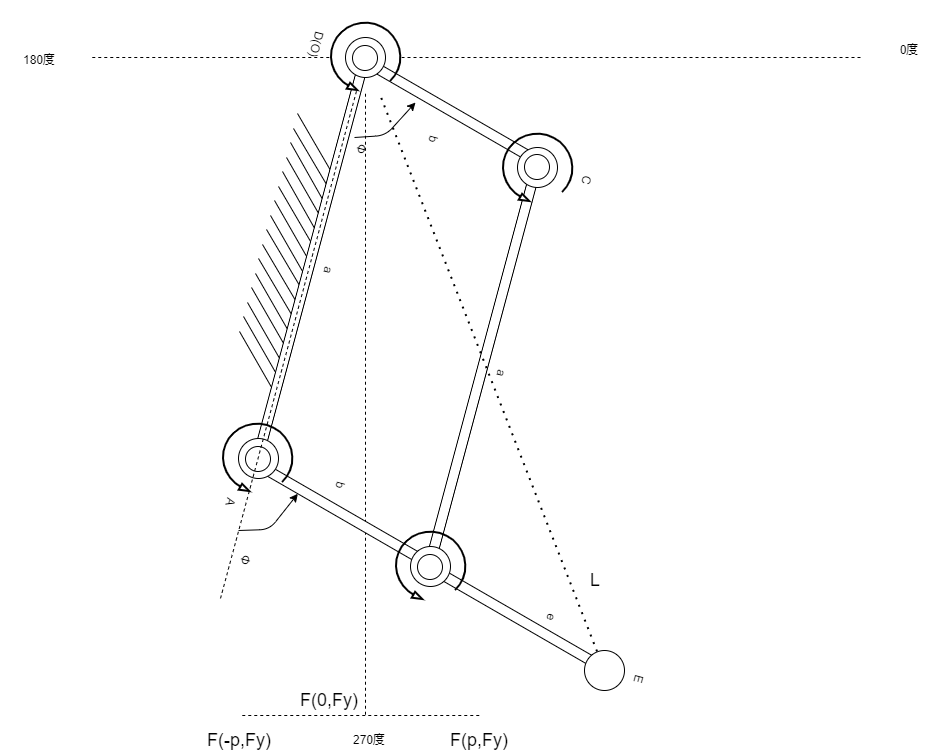
The draw.io diagram doc/4節リンクのプログラムを検討5.drawio.png in kumaxxp/SimpleLinkages, before a commit. Source tidied: cells renumbered, new cells last; positions are measured from the earlier drawing's top-left corner, leaving out a move shared by most shapes. The source it was exported from:
```xml
<mxGraphModel>
  <root>
    <mxCell id="0" />
    <mxCell id="1" parent="0" />
    <mxCell id="2" style="endArrow=none;dashed=1;html=1;" parent="1" edge="1" source="38">
      <mxGeometry relative="1" as="geometry">
        <mxPoint x="365" y="693" as="targetPoint" />
      </mxGeometry>
    </mxCell>
    <mxCell id="3" style="endArrow=none;dashed=1;html=1;" parent="1" edge="1" target="38">
      <mxGeometry relative="1" as="geometry">
        <mxPoint x="860" y="35" as="sourcePoint" />
      </mxGeometry>
    </mxCell>
    <mxCell id="4" value="0度" style="text;html=1;strokeColor=none;fillColor=none;align=center;verticalAlign=middle;whiteSpace=wrap;rounded=0;" parent="1" vertex="1">
      <mxGeometry x="870" y="13" width="77.5" height="30" as="geometry" />
    </mxCell>
    <mxCell id="5" value="180度" style="text;html=1;strokeColor=none;fillColor=none;align=center;verticalAlign=middle;whiteSpace=wrap;rounded=0;" parent="1" vertex="1">
      <mxGeometry y="23" width="77.5" height="30" as="geometry" />
    </mxCell>
    <mxCell id="6" style="endArrow=none;dashed=1;html=1;" parent="1" edge="1" source="38">
      <mxGeometry relative="1" as="geometry">
        <mxPoint x="90" y="35" as="targetPoint" />
      </mxGeometry>
    </mxCell>
    <mxCell id="7" value="270度" style="text;html=1;strokeColor=none;fillColor=none;align=center;verticalAlign=middle;whiteSpace=wrap;rounded=0;" parent="1" vertex="1">
      <mxGeometry x="330" y="703" width="77.5" height="30" as="geometry" />
    </mxCell>
    <mxCell id="8" style="group;rotation=105;" parent="1" vertex="1">
      <mxGeometry x="150" y="83" width="623.8" height="530" as="geometry" />
    </mxCell>
    <mxCell id="9" style="group;rotation=105;" parent="8" vertex="1">
      <mxGeometry x="97" y="243" width="470.5" height="40" as="geometry" />
    </mxCell>
    <mxCell id="10" style="rounded=0;whiteSpace=wrap;html=1;rotation=105;" parent="9" vertex="1">
      <mxGeometry x="29" y="15" width="411.7" height="10" as="geometry" />
    </mxCell>
    <mxCell id="11" value="a" style="text;html=1;strokeColor=none;fillColor=none;align=center;verticalAlign=middle;whiteSpace=wrap;rounded=0;rotation=105;" parent="9" vertex="1">
      <mxGeometry x="224" y="10" width="60" height="30" as="geometry" />
    </mxCell>
    <mxCell id="12" style="rounded=0;whiteSpace=wrap;html=1;rotation=-150;" parent="8" vertex="1">
      <mxGeometry x="201" y="1" width="200.5" height="10" as="geometry" />
    </mxCell>
    <mxCell id="13" style="rounded=0;whiteSpace=wrap;html=1;rotation=-150;" parent="8" vertex="1">
      <mxGeometry x="269" y="509" width="200.5" height="10" as="geometry" />
    </mxCell>
    <mxCell id="14" style="group;rotation=105;" parent="8" vertex="1">
      <mxGeometry x="-2" y="122" width="275" height="50" as="geometry" />
    </mxCell>
    <mxCell id="15" style="endArrow=none;html=1;" parent="14" edge="1">
      <mxGeometry relative="1" as="geometry">
        <mxPoint x="149" y="-114" as="sourcePoint" />
        <mxPoint x="185" y="-52" as="targetPoint" />
      </mxGeometry>
    </mxCell>
    <mxCell id="16" style="endArrow=none;html=1;" parent="14" edge="1">
      <mxGeometry relative="1" as="geometry">
        <mxPoint x="145" y="-99" as="sourcePoint" />
        <mxPoint x="181" y="-38" as="targetPoint" />
      </mxGeometry>
    </mxCell>
    <mxCell id="17" style="endArrow=none;html=1;" parent="14" edge="1">
      <mxGeometry relative="1" as="geometry">
        <mxPoint x="142" y="-85" as="sourcePoint" />
        <mxPoint x="177" y="-23" as="targetPoint" />
      </mxGeometry>
    </mxCell>
    <mxCell id="18" style="endArrow=none;html=1;" parent="14" edge="1">
      <mxGeometry relative="1" as="geometry">
        <mxPoint x="138" y="-70" as="sourcePoint" />
        <mxPoint x="173" y="-9" as="targetPoint" />
      </mxGeometry>
    </mxCell>
    <mxCell id="19" style="endArrow=none;html=1;" parent="14" edge="1">
      <mxGeometry relative="1" as="geometry">
        <mxPoint x="134" y="-56" as="sourcePoint" />
        <mxPoint x="169" y="6" as="targetPoint" />
      </mxGeometry>
    </mxCell>
    <mxCell id="20" style="endArrow=none;html=1;" parent="14" edge="1">
      <mxGeometry relative="1" as="geometry">
        <mxPoint x="130" y="-41" as="sourcePoint" />
        <mxPoint x="165" y="19" as="targetPoint" />
      </mxGeometry>
    </mxCell>
    <mxCell id="21" style="endArrow=none;html=1;" parent="14" edge="1">
      <mxGeometry relative="1" as="geometry">
        <mxPoint x="126" y="-27" as="sourcePoint" />
        <mxPoint x="161" y="34" as="targetPoint" />
      </mxGeometry>
    </mxCell>
    <mxCell id="22" style="endArrow=none;html=1;" parent="14" edge="1">
      <mxGeometry relative="1" as="geometry">
        <mxPoint x="122" y="-12" as="sourcePoint" />
        <mxPoint x="157" y="49" as="targetPoint" />
      </mxGeometry>
    </mxCell>
    <mxCell id="23" style="endArrow=none;html=1;" parent="14" edge="1">
      <mxGeometry relative="1" as="geometry">
        <mxPoint x="118" y="2" as="sourcePoint" />
        <mxPoint x="154" y="63" as="targetPoint" />
      </mxGeometry>
    </mxCell>
    <mxCell id="24" style="endArrow=none;html=1;" parent="14" edge="1">
      <mxGeometry relative="1" as="geometry">
        <mxPoint x="114" y="17" as="sourcePoint" />
        <mxPoint x="150" y="78" as="targetPoint" />
      </mxGeometry>
    </mxCell>
    <mxCell id="25" style="endArrow=none;html=1;" parent="14" edge="1">
      <mxGeometry relative="1" as="geometry">
        <mxPoint x="110" y="31" as="sourcePoint" />
        <mxPoint x="146" y="92" as="targetPoint" />
      </mxGeometry>
    </mxCell>
    <mxCell id="26" style="endArrow=none;html=1;" parent="14" edge="1">
      <mxGeometry relative="1" as="geometry">
        <mxPoint x="107" y="46" as="sourcePoint" />
        <mxPoint x="142" y="107" as="targetPoint" />
      </mxGeometry>
    </mxCell>
    <mxCell id="27" style="endArrow=none;html=1;" parent="14" edge="1">
      <mxGeometry relative="1" as="geometry">
        <mxPoint x="103" y="60" as="sourcePoint" />
        <mxPoint x="138" y="121" as="targetPoint" />
      </mxGeometry>
    </mxCell>
    <mxCell id="28" style="endArrow=none;html=1;" parent="14" edge="1">
      <mxGeometry relative="1" as="geometry">
        <mxPoint x="99" y="75" as="sourcePoint" />
        <mxPoint x="134" y="136" as="targetPoint" />
      </mxGeometry>
    </mxCell>
    <mxCell id="29" style="endArrow=none;html=1;" parent="14" edge="1">
      <mxGeometry relative="1" as="geometry">
        <mxPoint x="95" y="89" as="sourcePoint" />
        <mxPoint x="130" y="150" as="targetPoint" />
      </mxGeometry>
    </mxCell>
    <mxCell id="30" style="endArrow=none;html=1;" parent="14" edge="1">
      <mxGeometry relative="1" as="geometry">
        <mxPoint x="91" y="104" as="sourcePoint" />
        <mxPoint x="126" y="165" as="targetPoint" />
      </mxGeometry>
    </mxCell>
    <mxCell id="31" style="rounded=0;whiteSpace=wrap;html=1;rotation=-150;" parent="8" vertex="1">
      <mxGeometry x="93" y="404" width="200.5" height="10" as="geometry" />
    </mxCell>
    <mxCell id="32" style="group;rotation=105;" parent="8" vertex="1">
      <mxGeometry x="-76" y="140" width="470.5" height="40" as="geometry" />
    </mxCell>
    <mxCell id="33" style="rounded=0;whiteSpace=wrap;html=1;rotation=105;" parent="32" vertex="1">
      <mxGeometry x="29" y="15" width="411.7" height="10" as="geometry" />
    </mxCell>
    <mxCell id="34" style="ellipse;whiteSpace=wrap;html=1;rotation=105;" parent="32" vertex="1">
      <mxGeometry x="271" y="-208" width="40" height="40" as="geometry" />
    </mxCell>
    <mxCell id="35" value="a" style="text;html=1;strokeColor=none;fillColor=none;align=center;verticalAlign=middle;whiteSpace=wrap;rounded=0;rotation=105;" parent="32" vertex="1">
      <mxGeometry x="224" y="10" width="60" height="30" as="geometry" />
    </mxCell>
    <mxCell id="36" value="Φ" style="text;html=1;strokeColor=none;fillColor=none;align=center;verticalAlign=middle;whiteSpace=wrap;rounded=0;rotation=105;" parent="32" vertex="1">
      <mxGeometry x="257" y="-111" width="60" height="30" as="geometry" />
    </mxCell>
    <mxCell id="37" style="ellipse;whiteSpace=wrap;html=1;rotation=145;" parent="8" vertex="1">
      <mxGeometry x="202" y="-60" width="25" height="25" as="geometry" />
    </mxCell>
    <mxCell id="38" style="verticalLabelPosition=bottom;html=1;verticalAlign=top;strokeWidth=2;shape=mxgraph.lean_mapping.physical_pull;rotation=105;" parent="8" vertex="1">
      <mxGeometry x="180" y="-83" width="70" height="70" as="geometry" />
    </mxCell>
    <mxCell id="39" style="ellipse;whiteSpace=wrap;html=1;rotation=105;" parent="8" vertex="1">
      <mxGeometry x="367" y="42" width="40" height="40" as="geometry" />
    </mxCell>
    <mxCell id="40" style="ellipse;whiteSpace=wrap;html=1;rotation=145;" parent="8" vertex="1">
      <mxGeometry x="374" y="49" width="25" height="25" as="geometry" />
    </mxCell>
    <mxCell id="41" style="verticalLabelPosition=bottom;html=1;verticalAlign=top;strokeWidth=2;shape=mxgraph.lean_mapping.physical_pull;rotation=105;" parent="8" vertex="1">
      <mxGeometry x="352" y="28" width="70" height="70" as="geometry" />
    </mxCell>
    <mxCell id="42" style="ellipse;whiteSpace=wrap;html=1;rotation=105;" parent="8" vertex="1">
      <mxGeometry x="260" y="441" width="40" height="40" as="geometry" />
    </mxCell>
    <mxCell id="43" style="ellipse;whiteSpace=wrap;html=1;rotation=145;" parent="8" vertex="1">
      <mxGeometry x="267" y="449" width="25" height="25" as="geometry" />
    </mxCell>
    <mxCell id="44" style="verticalLabelPosition=bottom;html=1;verticalAlign=top;strokeWidth=2;shape=mxgraph.lean_mapping.physical_pull;rotation=105;" parent="8" vertex="1">
      <mxGeometry x="245" y="426" width="70" height="70" as="geometry" />
    </mxCell>
    <mxCell id="45" style="ellipse;whiteSpace=wrap;html=1;rotation=105;" parent="8" vertex="1">
      <mxGeometry x="88" y="333" width="40" height="40" as="geometry" />
    </mxCell>
    <mxCell id="46" style="ellipse;whiteSpace=wrap;html=1;rotation=145;" parent="8" vertex="1">
      <mxGeometry x="95" y="341" width="25" height="25" as="geometry" />
    </mxCell>
    <mxCell id="47" style="verticalLabelPosition=bottom;html=1;verticalAlign=top;strokeWidth=2;shape=mxgraph.lean_mapping.physical_pull;rotation=105;" parent="8" vertex="1">
      <mxGeometry x="72" y="318" width="70" height="70" as="geometry" />
    </mxCell>
    <mxCell id="48" style="endArrow=none;dashed=1;html=1;" parent="8" edge="1" source="38">
      <mxGeometry relative="1" as="geometry">
        <mxPoint x="70" y="493" as="targetPoint" />
      </mxGeometry>
    </mxCell>
    <mxCell id="49" value="D(O)" style="text;html=1;strokeColor=none;fillColor=none;align=center;verticalAlign=middle;whiteSpace=wrap;rounded=0;rotation=105;" parent="8" vertex="1">
      <mxGeometry x="136" y="-76" width="60" height="30" as="geometry" />
    </mxCell>
    <mxCell id="50" value="A" style="text;html=1;strokeColor=none;fillColor=none;align=center;verticalAlign=middle;whiteSpace=wrap;rounded=0;rotation=105;" parent="8" vertex="1">
      <mxGeometry x="50" y="382" width="60" height="30" as="geometry" />
    </mxCell>
    <mxCell id="51" value="C" style="text;html=1;strokeColor=none;fillColor=none;align=center;verticalAlign=middle;whiteSpace=wrap;rounded=0;rotation=105;" parent="8" vertex="1">
      <mxGeometry x="406" y="60" width="60" height="30" as="geometry" />
    </mxCell>
    <mxCell id="52" value="b" style="text;html=1;strokeColor=none;fillColor=none;align=center;verticalAlign=middle;whiteSpace=wrap;rounded=0;rotation=105;" parent="8" vertex="1">
      <mxGeometry x="160" y="365" width="60" height="30" as="geometry" />
    </mxCell>
    <mxCell id="53" style="endArrow=classic;html=1;" parent="8" edge="1">
      <mxGeometry relative="1" as="geometry">
        <mxPoint x="204" y="32" as="sourcePoint" />
        <mxPoint x="265" y="-3" as="targetPoint" />
        <Array as="points">
          <mxPoint x="235" y="30" />
        </Array>
      </mxGeometry>
    </mxCell>
    <mxCell id="54" style="endArrow=classic;html=1;entryX=0.75;entryY=0;entryDx=0;entryDy=0;" parent="8" edge="1" target="31">
      <mxGeometry relative="1" as="geometry">
        <mxPoint x="88" y="425" as="sourcePoint" />
        <Array as="points">
          <mxPoint x="119" y="424" />
        </Array>
      </mxGeometry>
    </mxCell>
    <mxCell id="55" style="ellipse;whiteSpace=wrap;html=1;rotation=105;" parent="8" vertex="1">
      <mxGeometry x="434" y="545" width="40" height="40" as="geometry" />
    </mxCell>
    <mxCell id="56" value="e" style="text;html=1;strokeColor=none;fillColor=none;align=center;verticalAlign=middle;whiteSpace=wrap;rounded=0;rotation=105;" parent="8" vertex="1">
      <mxGeometry x="371" y="497" width="60" height="30" as="geometry" />
    </mxCell>
    <mxCell id="57" value="E" style="text;html=1;strokeColor=none;fillColor=none;align=center;verticalAlign=middle;whiteSpace=wrap;rounded=0;rotation=105;" parent="8" vertex="1">
      <mxGeometry x="458" y="559" width="60" height="30" as="geometry" />
    </mxCell>
    <mxCell id="58" style="endArrow=none;dashed=1;html=1;dashPattern=1 3;strokeWidth=2;" parent="8" edge="1" source="38" target="55">
      <mxGeometry relative="1" as="geometry" />
    </mxCell>
    <mxCell id="59" value="b" style="text;html=1;strokeColor=none;fillColor=none;align=center;verticalAlign=middle;whiteSpace=wrap;rounded=0;rotation=105;" parent="8" vertex="1">
      <mxGeometry x="253" y="19" width="60" height="30" as="geometry" />
    </mxCell>
    <mxCell id="60" value="Φ" style="text;html=1;strokeColor=none;fillColor=none;align=center;verticalAlign=middle;whiteSpace=wrap;rounded=0;rotation=105;" parent="8" vertex="1">
      <mxGeometry x="65" y="440" width="60" height="30" as="geometry" />
    </mxCell>
    <mxCell id="61" value="&lt;font style=&quot;font-size: 18px&quot;&gt;L&lt;/font&gt;" style="text;html=1;strokeColor=none;fillColor=none;align=center;verticalAlign=middle;whiteSpace=wrap;rounded=0;" parent="8" vertex="1">
      <mxGeometry x="406" y="460" width="77.5" height="30" as="geometry" />
    </mxCell>
    <mxCell id="62" style="endArrow=none;dashed=1;html=1;" parent="1" edge="1">
      <mxGeometry relative="1" as="geometry">
        <mxPoint x="478.8" y="693" as="sourcePoint" />
        <mxPoint x="240" y="693" as="targetPoint" />
      </mxGeometry>
    </mxCell>
    <mxCell id="63" value="&lt;span style=&quot;font-size: 18px&quot;&gt;F(0,Fy)&lt;/span&gt;" style="text;html=1;strokeColor=none;fillColor=none;align=center;verticalAlign=middle;whiteSpace=wrap;rounded=0;" parent="1" vertex="1">
      <mxGeometry x="290" y="663" width="77.5" height="30" as="geometry" />
    </mxCell>
    <mxCell id="64" value="&lt;span style=&quot;font-size: 18px&quot;&gt;F(-p,Fy)&lt;/span&gt;" style="text;html=1;strokeColor=none;fillColor=none;align=center;verticalAlign=middle;whiteSpace=wrap;rounded=0;" parent="1" vertex="1">
      <mxGeometry x="200" y="703" width="77.5" height="30" as="geometry" />
    </mxCell>
    <mxCell id="65" value="&lt;span style=&quot;font-size: 18px&quot;&gt;F(p,Fy)&lt;/span&gt;" style="text;html=1;strokeColor=none;fillColor=none;align=center;verticalAlign=middle;whiteSpace=wrap;rounded=0;" parent="1" vertex="1">
      <mxGeometry x="440" y="703" width="77.5" height="30" as="geometry" />
    </mxCell>
  </root>
</mxGraphModel>
```
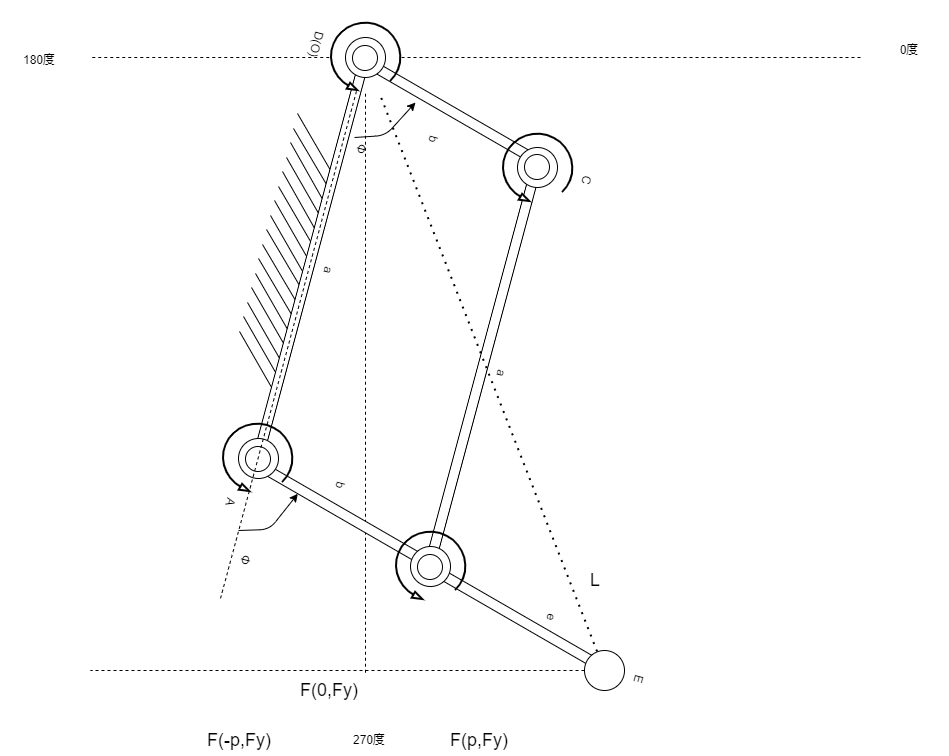
After the change.

What changed in the source:
```diff
@@ -4,7 +4,7 @@
     <mxCell id="1" parent="0" />
     <mxCell id="2" style="endArrow=none;dashed=1;html=1;" parent="1" edge="1" source="38">
       <mxGeometry relative="1" as="geometry">
-        <mxPoint x="365" y="693" as="targetPoint" />
+        <mxPoint x="365" y="653" as="targetPoint" />
       </mxGeometry>
     </mxCell>
     <mxCell id="3" style="endArrow=none;dashed=1;html=1;" parent="1" edge="1" target="38">
@@ -249,14 +249,13 @@
     <mxCell id="61" value="&lt;font style=&quot;font-size: 18px&quot;&gt;L&lt;/font&gt;" style="text;html=1;strokeColor=none;fillColor=none;align=center;verticalAlign=middle;whiteSpace=wrap;rounded=0;" parent="8" vertex="1">
       <mxGeometry x="406" y="460" width="77.5" height="30" as="geometry" />
     </mxCell>
-    <mxCell id="62" style="endArrow=none;dashed=1;html=1;" parent="1" edge="1">
+    <mxCell id="62" style="endArrow=none;dashed=1;html=1;" parent="1" edge="1" source="55">
       <mxGeometry relative="1" as="geometry">
-        <mxPoint x="478.8" y="693" as="sourcePoint" />
-        <mxPoint x="240" y="693" as="targetPoint" />
+        <mxPoint x="90" y="648" as="targetPoint" />
       </mxGeometry>
     </mxCell>
     <mxCell id="63" value="&lt;span style=&quot;font-size: 18px&quot;&gt;F(0,Fy)&lt;/span&gt;" style="text;html=1;strokeColor=none;fillColor=none;align=center;verticalAlign=middle;whiteSpace=wrap;rounded=0;" parent="1" vertex="1">
-      <mxGeometry x="290" y="663" width="77.5" height="30" as="geometry" />
+      <mxGeometry x="290" y="653" width="77.5" height="30" as="geometry" />
     </mxCell>
     <mxCell id="64" value="&lt;span style=&quot;font-size: 18px&quot;&gt;F(-p,Fy)&lt;/span&gt;" style="text;html=1;strokeColor=none;fillColor=none;align=center;verticalAlign=middle;whiteSpace=wrap;rounded=0;" parent="1" vertex="1">
       <mxGeometry x="200" y="703" width="77.5" height="30" as="geometry" />
```
